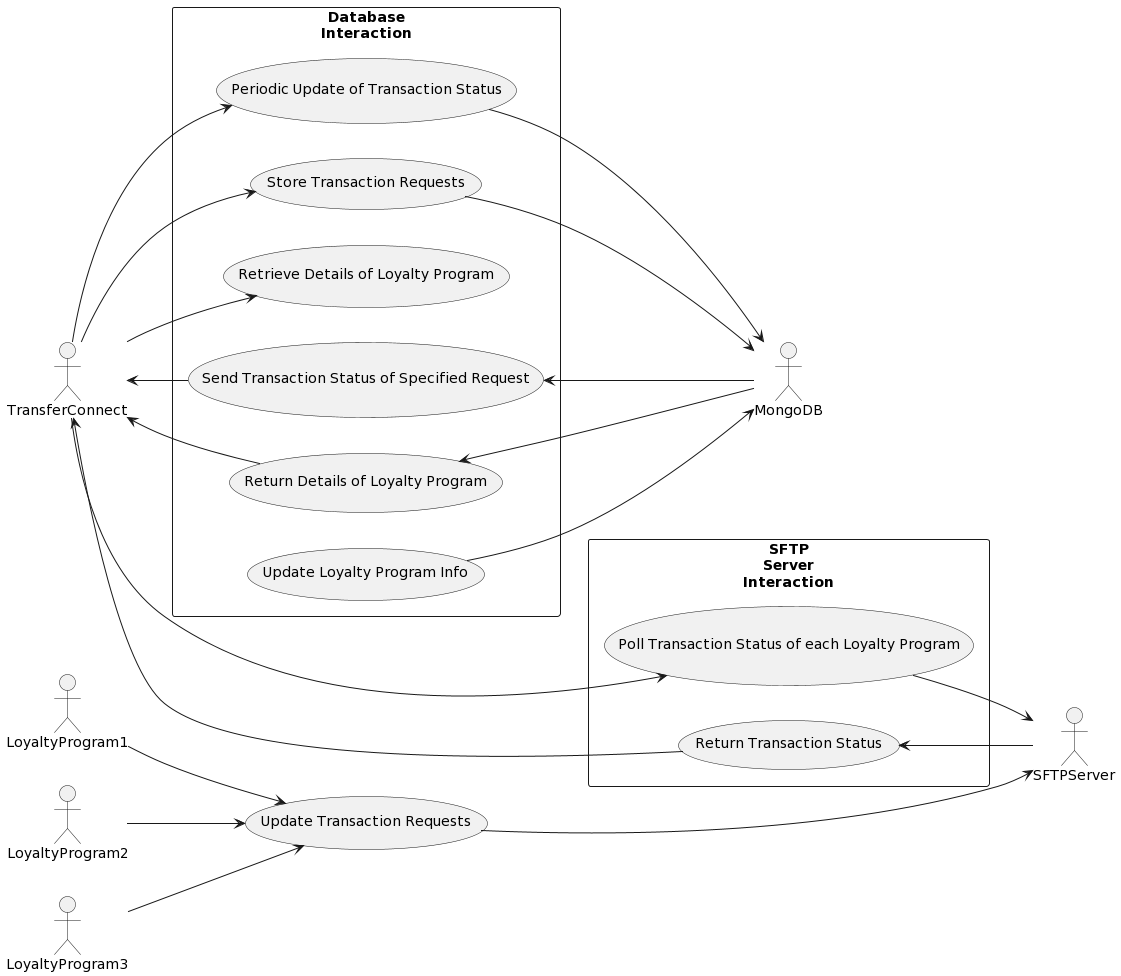
Above: diagrams/transfer-connect/TC Use Case Diagram.png in Rye123/esc-transferconnect (PlantUML), before the change. Source of this version:
```plantuml
@startuml
left to right direction

skinparam packageStyle rectangle
actor TransferConnect
actor SFTPServer
actor MongoDB
actor LoyaltyProgram1
actor LoyaltyProgram2
actor LoyaltyProgram3

rectangle Database\nInteraction {
   TransferConnect --> (Periodic Update of Transaction Status)
   TransferConnect --> (Store Transaction Requests)
   TransferConnect --> (Retrieve Details of Loyalty Program)
   (Periodic Update of Transaction Status) --> MongoDB
   (Store Transaction Requests) --> MongoDB

   MongoDB --> (Send Transaction Status of Specified Request)
   MongoDB --> (Return Details of Loyalty Program)
   (Send Transaction Status of Specified Request) --> TransferConnect
   (Return Details of Loyalty Program) --> TransferConnect

   (Update Loyalty Program Info) --> MongoDB
}

rectangle SFTP\nServer\nInteraction {
   TransferConnect ---> (Poll Transaction Status of each Loyalty Program)
   (Poll Transaction Status of each Loyalty Program) --> SFTPServer

   SFTPServer --> (Return Transaction Status)
   (Return Transaction Status) ---> TransferConnect

}

LoyaltyProgram1 --> (Update Transaction Requests)
LoyaltyProgram2 --> (Update Transaction Requests)
LoyaltyProgram3 --> (Update Transaction Requests)
(Update Transaction Requests) ---> SFTPServer
@enduml
```
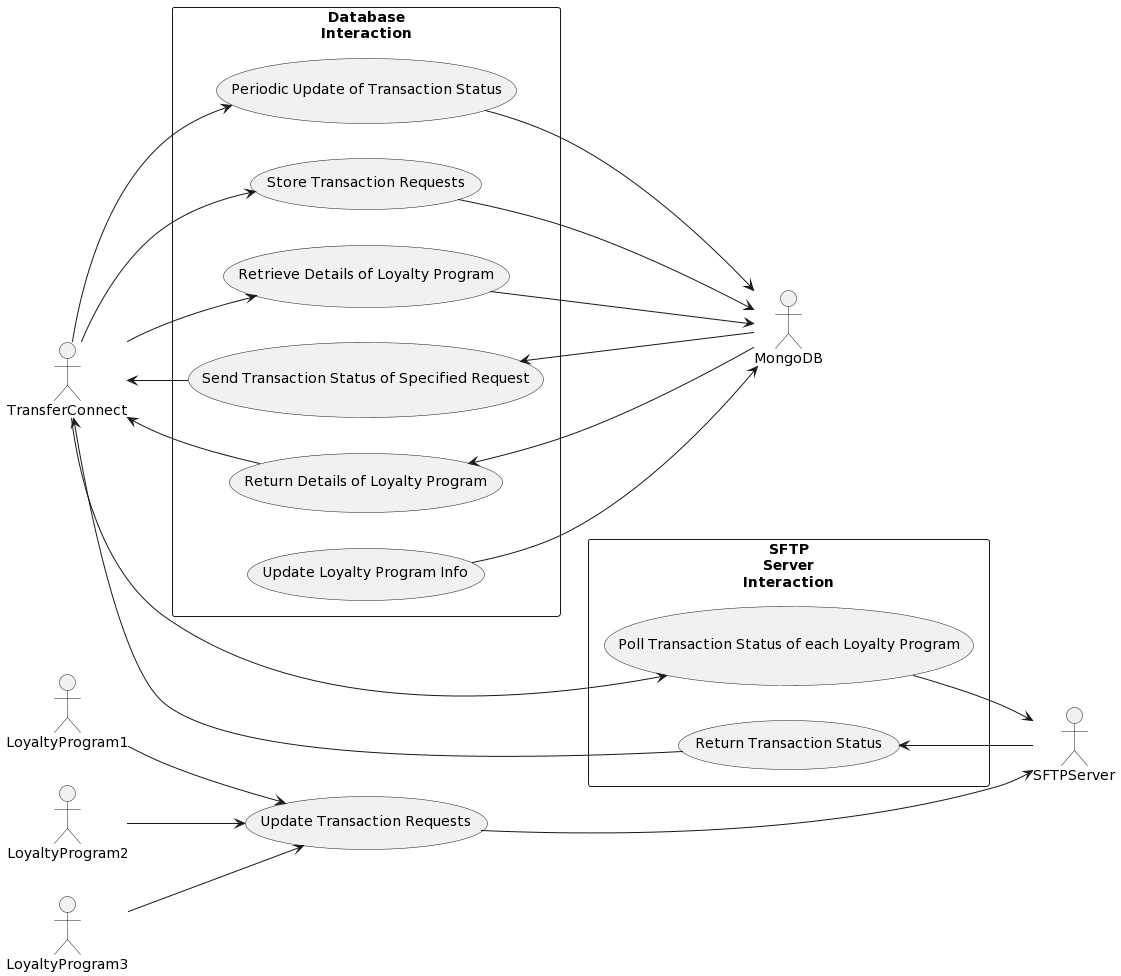
Above is the later version.

What changed in the source:
```diff
@@ -15,6 +15,7 @@
    TransferConnect --> (Retrieve Details of Loyalty Program)
    (Periodic Update of Transaction Status) --> MongoDB
    (Store Transaction Requests) --> MongoDB
+   (Retrieve Details of Loyalty Program) --> MongoDB
 
    MongoDB --> (Send Transaction Status of Specified Request)
    MongoDB --> (Return Details of Loyalty Program)
```
